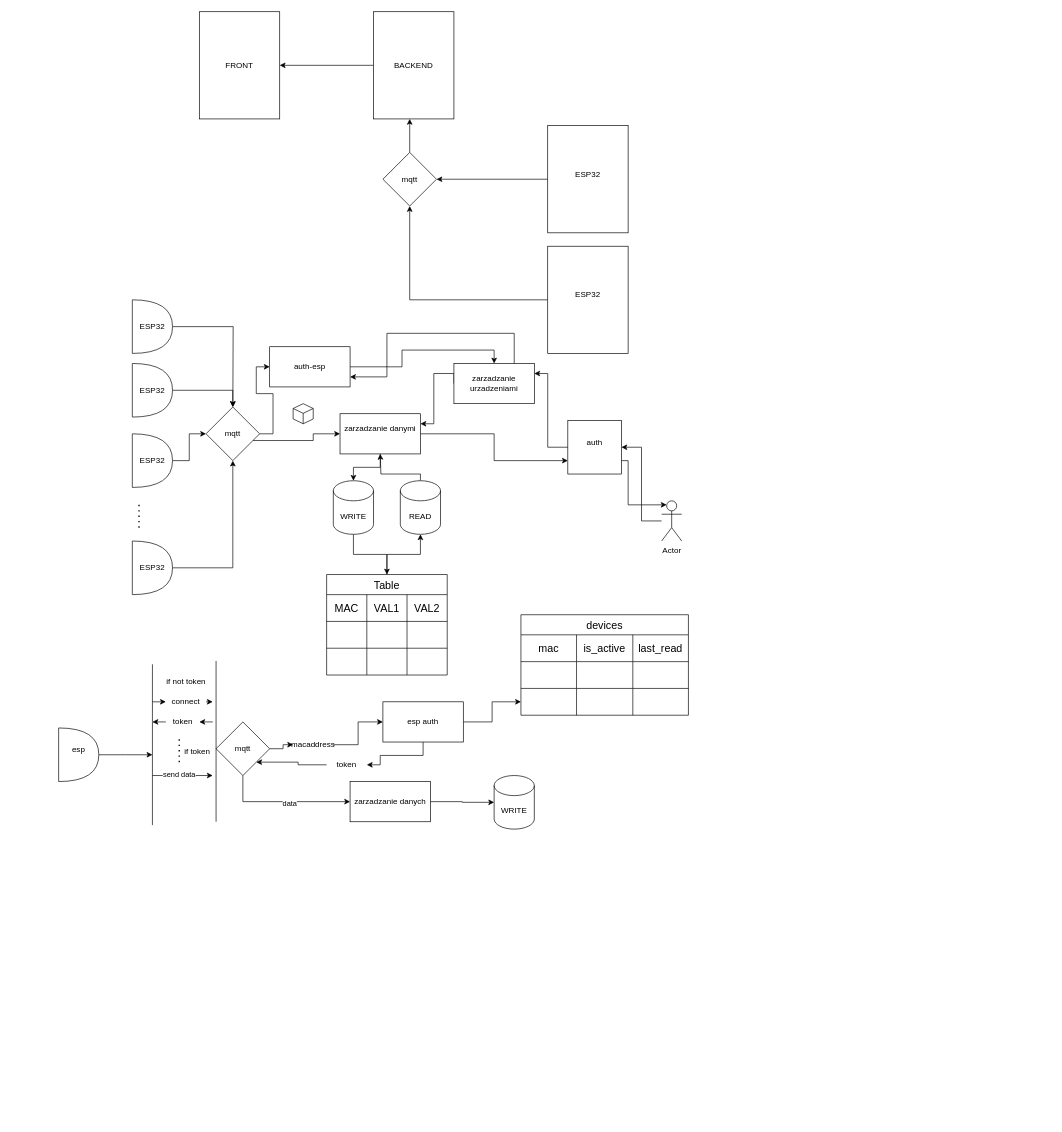
This is diagram.drawio from Plantigo/plantigo-backend, a draw.io file, before an edit. Source tidied: cells renumbered, new cells numbered last; positions are measured from the earlier drawing's top-left corner, leaving out a move shared by most shapes. Both pictures are drawn from the tidied source at 67%, with x=0, y=0 at pixel (58, 11).
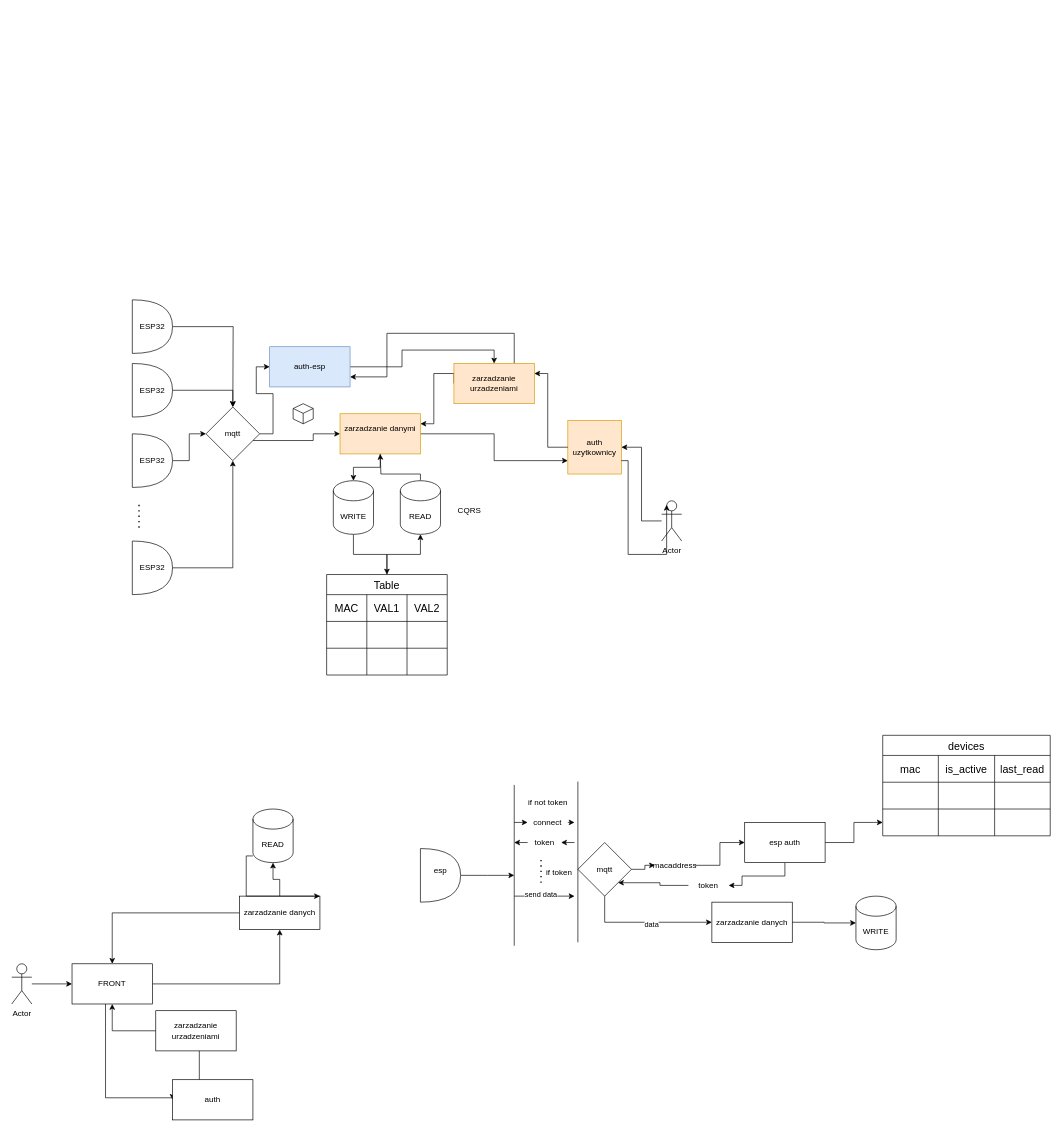
Above is the later version.

Unchanged cells that the change refers to:
```xml
<mxCell id="33" value="Actor" style="shape=umlActor;verticalLabelPosition=bottom;verticalAlign=top;html=1;outlineConnect=0;" parent="1" vertex="1">
  <mxGeometry x="900" y="730" width="30" height="60" as="geometry" />
</mxCell>
```

Change to the diagram source:
```diff
@@
-    <mxCell id="2" value="FRONT" style="rounded=0;whiteSpace=wrap;html=1;" parent="1" vertex="1">
-      <mxGeometry x="210" width="120" height="160" as="geometry" />
-    </mxCell>
-    <mxCell id="3" style="edgeStyle=orthogonalEdgeStyle;rounded=0;jettySize=auto;html=1;entryX=1;entryY=0.5;entryDx=0;entryDy=0;" parent="1" edge="1" source="4" target="2">
-      <mxGeometry relative="1" as="geometry" />
+    <mxCell id="3" style="edgeStyle=orthogonalEdgeStyle;rounded=0;orthogonalLoop=1;jettySize=auto;html=1;entryX=1;entryY=0.5;entryDx=0;entryDy=0;" parent="1" edge="1">
+      <mxGeometry relative="1" as="geometry">
+        <mxPoint x="870" y="260" as="targetPoint" />
+      </mxGeometry>
     </mxCell>
-    <mxCell id="4" value="BACKEND" style="rounded=0;whiteSpace=wrap;html=1;" parent="1" vertex="1">
-      <mxGeometry x="470" width="120" height="160" as="geometry" />
-    </mxCell>
-    <mxCell id="5" style="edgeStyle=orthogonalEdgeStyle;rounded=0;jettySize=auto;html=1;entryX=1;entryY=0.5;entryDx=0;entryDy=0;" parent="1" edge="1" source="6" target="9">
-      <mxGeometry relative="1" as="geometry" />
-    </mxCell>
-    <mxCell id="6" value="ESP32&lt;div&gt;&lt;br&gt;&lt;/div&gt;" style="rounded=0;whiteSpace=wrap;html=1;" parent="1" vertex="1">
-      <mxGeometry x="730" y="170" width="120" height="160" as="geometry" />
-    </mxCell>
-    <mxCell id="7" style="edgeStyle=orthogonalEdgeStyle;rounded=0;jettySize=auto;html=1;entryX=0.5;entryY=1;entryDx=0;entryDy=0;" parent="1" edge="1" source="8" target="9">
-      <mxGeometry relative="1" as="geometry" />
-    </mxCell>
-    <mxCell id="8" value="ESP32&lt;div&gt;&lt;br&gt;&lt;/div&gt;" style="rounded=0;whiteSpace=wrap;html=1;" parent="1" vertex="1">
-      <mxGeometry x="730" y="350" width="120" height="160" as="geometry" />
-    </mxCell>
-    <mxCell id="9" value="mqtt" style="rhombus;whiteSpace=wrap;html=1;" parent="1" vertex="1">
-      <mxGeometry x="484" y="210" width="80" height="80" as="geometry" />
-    </mxCell>
-    <mxCell id="10" style="edgeStyle=orthogonalEdgeStyle;rounded=0;jettySize=auto;html=1;entryX=0.45;entryY=1;entryDx=0;entryDy=0;entryPerimeter=0;" parent="1" edge="1" source="9" target="4">
-      <mxGeometry relative="1" as="geometry" />
-    </mxCell>
@@
-    <mxCell id="12" value="zarzadzanie danymi&lt;div&gt;&lt;br&gt;&lt;/div&gt;" style="rounded=0;whiteSpace=wrap;html=1;" parent="1" vertex="1">
+    <mxCell id="12" value="zarzadzanie danymi&lt;div&gt;&lt;br&gt;&lt;/div&gt;" style="rounded=0;whiteSpace=wrap;html=1;fillColor=#ffe6cc;strokeColor=#d79b00;" parent="1" vertex="1">
       <mxGeometry x="420" y="600" width="120" height="60" as="geometry" />
     </mxCell>
@@
-    <mxCell id="31" value="auth&lt;div&gt;&lt;br&gt;&lt;/div&gt;" style="whiteSpace=wrap;html=1;" parent="1" vertex="1">
+    <mxCell id="31" value="&lt;div&gt;auth&lt;br&gt;uzytkownicy&lt;/div&gt;" style="whiteSpace=wrap;html=1;fillColor=#ffe6cc;strokeColor=#d79b00;" parent="1" vertex="1">
       <mxGeometry x="760" y="610" width="80" height="80" as="geometry" />
     </mxCell>
@@
     <mxCell id="34" style="edgeStyle=orthogonalEdgeStyle;rounded=0;jettySize=auto;html=1;exitX=1;exitY=0.75;exitDx=0;exitDy=0;entryX=0.25;entryY=0.1;entryDx=0;entryDy=0;entryPerimeter=0;" parent="1" edge="1" source="31" target="33">
       <mxGeometry relative="1" as="geometry">
         <Array as="points">
           <mxPoint x="850" y="670" />
-          <mxPoint x="850" y="736" />
+          <mxPoint x="850" y="810" />
+          <mxPoint x="908" y="810" />
         </Array>
       </mxGeometry>
     </mxCell>
@@
-    <mxCell id="52" value="&lt;div&gt;zarzadzanie urzadzeniami&lt;/div&gt;" style="rounded=0;whiteSpace=wrap;html=1;" parent="1" vertex="1">
+    <mxCell id="52" value="&lt;div&gt;zarzadzanie urzadzeniami&lt;/div&gt;" style="rounded=0;whiteSpace=wrap;html=1;fillColor=#ffe6cc;strokeColor=#d79b00;" parent="1" vertex="1">
       <mxGeometry x="590" y="525" width="120" height="60" as="geometry" />
     </mxCell>
@@
-    <mxCell id="54" value="auth-esp" style="rounded=0;whiteSpace=wrap;html=1;" parent="1" vertex="1">
+    <mxCell id="54" value="auth-esp" style="rounded=0;whiteSpace=wrap;html=1;fillColor=#dae8fc;strokeColor=#6c8ebf;" parent="1" vertex="1">
       <mxGeometry x="315" y="500" width="120" height="60" as="geometry" />
     </mxCell>
     <mxCell id="55" style="edgeStyle=orthogonalEdgeStyle;rounded=0;jettySize=auto;html=1;" parent="1" edge="1" source="56">
       <mxGeometry relative="1" as="geometry">
-        <mxPoint x="140" y="1109" as="targetPoint" />
+        <mxPoint x="680" y="1289" as="targetPoint" />
       </mxGeometry>
     </mxCell>
     <mxCell id="56" value="esp&lt;div&gt;&lt;br&gt;&lt;/div&gt;" style="shape=or;whiteSpace=wrap;html=1;" parent="1" vertex="1">
-      <mxGeometry y="1069" width="60" height="80" as="geometry" />
+      <mxGeometry x="540" y="1249" width="60" height="80" as="geometry" />
     </mxCell>
@@
     <mxCell id="58" style="edgeStyle=orthogonalEdgeStyle;rounded=0;jettySize=auto;html=1;entryX=0;entryY=0.5;entryDx=0;entryDy=0;" parent="1" edge="1" source="60" target="65">
       <mxGeometry relative="1" as="geometry">
         <Array as="points">
-          <mxPoint x="275" y="1179" />
+          <mxPoint x="815" y="1359" />
         </Array>
       </mxGeometry>
     </mxCell>
@@
     <mxCell id="60" value="mqtt" style="rhombus;whiteSpace=wrap;html=1;" parent="1" vertex="1">
-      <mxGeometry x="235" y="1060" width="80" height="80" as="geometry" />
+      <mxGeometry x="775" y="1240" width="80" height="80" as="geometry" />
     </mxCell>
@@
     <mxCell id="62" style="edgeStyle=orthogonalEdgeStyle;rounded=0;jettySize=auto;html=1;entryX=1;entryY=0.5;entryDx=0;entryDy=0;" parent="1" edge="1" source="64" target="68">
       <mxGeometry relative="1" as="geometry">
         <Array as="points">
-          <mxPoint x="544" y="1110" />
-          <mxPoint x="480" y="1110" />
-          <mxPoint x="480" y="1124" />
+          <mxPoint x="1084" y="1290" />
+          <mxPoint x="1020" y="1290" />
+          <mxPoint x="1020" y="1304" />
         </Array>
       </mxGeometry>
     </mxCell>
@@
     <mxCell id="64" value="esp auth" style="rounded=0;whiteSpace=wrap;html=1;" parent="1" vertex="1">
-      <mxGeometry x="484" y="1030" width="120" height="60" as="geometry" />
+      <mxGeometry x="1024" y="1210" width="120" height="60" as="geometry" />
     </mxCell>
     <mxCell id="65" value="zarzadzanie danych" style="rounded=0;whiteSpace=wrap;html=1;" parent="1" vertex="1">
-      <mxGeometry x="435" y="1149" width="120" height="60" as="geometry" />
+      <mxGeometry x="975" y="1329" width="120" height="60" as="geometry" />
     </mxCell>
     <mxCell id="66" value="WRITE" style="shape=cylinder3;whiteSpace=wrap;html=1;boundedLbl=1;backgroundOutline=1;size=15;" parent="1" vertex="1">
-      <mxGeometry x="650" y="1140" width="60" height="80" as="geometry" />
+      <mxGeometry x="1190" y="1320" width="60" height="80" as="geometry" />
     </mxCell>
@@
     <mxCell id="68" value="token" style="text;html=1;align=center;verticalAlign=middle;whiteSpace=wrap;rounded=0;" parent="1" vertex="1">
-      <mxGeometry x="400" y="1109" width="60" height="30" as="geometry" />
+      <mxGeometry x="940" y="1289" width="60" height="30" as="geometry" />
     </mxCell>
@@
     <mxCell id="70" value="macaddress" style="text;html=1;align=center;verticalAlign=middle;whiteSpace=wrap;rounded=0;" parent="1" vertex="1">
-      <mxGeometry x="350" y="1079" width="60" height="30" as="geometry" />
+      <mxGeometry x="890" y="1259" width="60" height="30" as="geometry" />
     </mxCell>
     <mxCell id="71" style="endArrow=none;html=1;rounded=0;" parent="1" edge="1">
       <mxGeometry relative="1" as="geometry">
-        <mxPoint x="235" y="1209" as="sourcePoint" />
-        <mxPoint x="235" y="969" as="targetPoint" />
+        <mxPoint x="775" y="1389" as="sourcePoint" />
+        <mxPoint x="775" y="1149" as="targetPoint" />
       </mxGeometry>
     </mxCell>
     <mxCell id="72" style="endArrow=none;html=1;rounded=0;" parent="1" edge="1">
       <mxGeometry relative="1" as="geometry">
-        <mxPoint x="140" y="1214" as="sourcePoint" />
-        <mxPoint x="140" y="974" as="targetPoint" />
+        <mxPoint x="680" y="1394" as="sourcePoint" />
+        <mxPoint x="680" y="1154" as="targetPoint" />
       </mxGeometry>
     </mxCell>
     <mxCell id="73" style="endArrow=classic;html=1;rounded=0;" parent="1" edge="1" source="78">
       <mxGeometry relative="1" as="geometry">
-        <mxPoint x="230" y="1030" as="targetPoint" />
+        <mxPoint x="770" y="1210" as="targetPoint" />
       </mxGeometry>
     </mxCell>
     <mxCell id="74" style="endArrow=classic;html=1;rounded=0;" parent="1" edge="1" source="76">
       <mxGeometry relative="1" as="geometry">
-        <mxPoint x="140" y="1060" as="targetPoint" />
+        <mxPoint x="680" y="1240" as="targetPoint" />
       </mxGeometry>
     </mxCell>
     <mxCell id="75" style="endArrow=classic;html=1;rounded=0;" parent="1" edge="1" target="76">
       <mxGeometry relative="1" as="geometry">
-        <mxPoint x="230" y="1060" as="sourcePoint" />
+        <mxPoint x="770" y="1240" as="sourcePoint" />
       </mxGeometry>
     </mxCell>
     <mxCell id="76" value="token" style="text;html=1;align=center;verticalAlign=middle;points=[];strokeColor=none;fillColor=none;" parent="1" vertex="1">
-      <mxGeometry x="160" y="1045" width="50" height="30" as="geometry" />
+      <mxGeometry x="700" y="1225" width="50" height="30" as="geometry" />
     </mxCell>
     <mxCell id="77" style="endArrow=classic;html=1;rounded=0;" parent="1" edge="1" target="78">
       <mxGeometry relative="1" as="geometry">
-        <mxPoint x="140" y="1030" as="sourcePoint" />
+        <mxPoint x="680" y="1210" as="sourcePoint" />
       </mxGeometry>
     </mxCell>
     <mxCell id="78" value="connect" style="text;html=1;align=center;verticalAlign=middle;whiteSpace=wrap;rounded=0;" parent="1" vertex="1">
-      <mxGeometry x="160" y="1015" width="60" height="30" as="geometry" />
+      <mxGeometry x="700" y="1195" width="60" height="30" as="geometry" />
     </mxCell>
     <mxCell id="79" style="endArrow=classic;html=1;rounded=0;" parent="1" edge="1">
       <mxGeometry relative="1" as="geometry">
-        <mxPoint x="140" y="1140" as="sourcePoint" />
-        <mxPoint x="230" y="1140" as="targetPoint" />
+        <mxPoint x="680" y="1320" as="sourcePoint" />
+        <mxPoint x="770" y="1320" as="targetPoint" />
       </mxGeometry>
     </mxCell>
@@
     <mxCell id="81" style="endArrow=none;dashed=1;html=1;dashPattern=1 3;strokeWidth=2;rounded=0;" parent="1" edge="1">
       <mxGeometry relative="1" as="geometry">
-        <mxPoint x="180" y="1120" as="sourcePoint" />
-        <mxPoint x="180" y="1080" as="targetPoint" />
+        <mxPoint x="720" y="1300" as="sourcePoint" />
+        <mxPoint x="720" y="1260" as="targetPoint" />
       </mxGeometry>
     </mxCell>
     <mxCell id="82" value="if not token" style="text;html=1;align=center;verticalAlign=middle;strokeColor=none;fillColor=none;" parent="1" vertex="1">
-      <mxGeometry x="150" y="985" width="80" height="30" as="geometry" />
+      <mxGeometry x="690" y="1165" width="80" height="30" as="geometry" />
     </mxCell>
     <mxCell id="83" value="&amp;nbsp;if token" style="text;html=1;align=center;verticalAlign=middle;strokeColor=none;fillColor=none;" parent="1" vertex="1">
-      <mxGeometry x="170" y="1090" width="70" height="30" as="geometry" />
+      <mxGeometry x="710" y="1270" width="70" height="30" as="geometry" />
     </mxCell>
     <mxCell id="84" value="devices" style="shape=table;startSize=30;childLayout=tableLayout;strokeColor=default;fontSize=16;" parent="1" vertex="1">
-      <mxGeometry x="690" y="900" width="250" height="150" as="geometry" />
+      <mxGeometry x="1230" y="1080" width="250" height="150" as="geometry" />
     </mxCell>
@@
+    <mxCell id="97" value="CQRS" style="text;strokeColor=none;fillColor=none;align=left;verticalAlign=middle;spacingLeft=4;spacingRight=4;overflow=hidden;whiteSpace=wrap;html=1;" parent="1" vertex="1">
+      <mxGeometry x="590" y="730" width="80" height="30" as="geometry" />
+    </mxCell>
+    <mxCell id="98" style="edgeStyle=orthogonalEdgeStyle;rounded=0;jettySize=auto;html=1;entryX=0;entryY=0.5;entryDx=0;entryDy=0;" parent="1" edge="1" source="99" target="2">
+      <mxGeometry relative="1" as="geometry" />
+    </mxCell>
+    <mxCell id="99" value="Actor" style="shape=umlActor;verticalLabelPosition=bottom;verticalAlign=top;html=1;outlineConnect=0;" parent="1" vertex="1">
+      <mxGeometry x="-70" y="1421" width="30" height="60" as="geometry" />
+    </mxCell>
+    <mxCell id="100" style="edgeStyle=orthogonalEdgeStyle;rounded=0;jettySize=auto;html=1;entryX=0;entryY=0.5;entryDx=0;entryDy=0;" parent="1" edge="1" source="2" target="108">
+      <mxGeometry relative="1" as="geometry">
+        <Array as="points">
+          <mxPoint x="70" y="1621" />
+          <mxPoint x="170" y="1621" />
+        </Array>
+      </mxGeometry>
+    </mxCell>
+    <mxCell id="101" style="edgeStyle=orthogonalEdgeStyle;rounded=0;jettySize=auto;html=1;entryX=0.5;entryY=1;entryDx=0;entryDy=0;" parent="1" edge="1" source="2" target="104">
+      <mxGeometry relative="1" as="geometry" />
+    </mxCell>
+    <mxCell id="2" value="&lt;div&gt;FRONT&lt;/div&gt;" style="rounded=0;whiteSpace=wrap;html=1;" parent="1" vertex="1">
+      <mxGeometry x="20" y="1421" width="120" height="60" as="geometry" />
+    </mxCell>
+    <mxCell id="102" style="edgeStyle=orthogonalEdgeStyle;rounded=0;jettySize=auto;html=1;" parent="1" edge="1" source="104" target="106">
+      <mxGeometry relative="1" as="geometry" />
+    </mxCell>
+    <mxCell id="103" style="edgeStyle=orthogonalEdgeStyle;rounded=0;jettySize=auto;html=1;entryX=0.5;entryY=0;entryDx=0;entryDy=0;" parent="1" edge="1" source="104" target="2">
+      <mxGeometry relative="1" as="geometry" />
+    </mxCell>
+    <mxCell id="104" value="zarzadzanie danych" style="rounded=0;whiteSpace=wrap;html=1;" parent="1" vertex="1">
+      <mxGeometry x="270" y="1320" width="120" height="50" as="geometry" />
+    </mxCell>
+    <mxCell id="105" style="edgeStyle=orthogonalEdgeStyle;rounded=0;jettySize=auto;html=1;entryX=1;entryY=0;entryDx=0;entryDy=0;" parent="1" edge="1" source="106" target="104">
+      <mxGeometry relative="1" as="geometry">
+        <Array as="points">
+          <mxPoint x="280" y="1260" />
+          <mxPoint x="280" y="1320" />
+        </Array>
+      </mxGeometry>
+    </mxCell>
+    <mxCell id="106" value="READ" style="shape=cylinder3;whiteSpace=wrap;html=1;boundedLbl=1;backgroundOutline=1;size=15;" parent="1" vertex="1">
+      <mxGeometry x="290" y="1190" width="60" height="80" as="geometry" />
+    </mxCell>
+    <mxCell id="107" style="edgeStyle=orthogonalEdgeStyle;rounded=0;jettySize=auto;html=1;entryX=0.5;entryY=1;entryDx=0;entryDy=0;" parent="1" edge="1" source="108" target="2">
+      <mxGeometry relative="1" as="geometry">
+        <Array as="points">
+          <mxPoint x="210" y="1521" />
+          <mxPoint x="80" y="1521" />
+        </Array>
+      </mxGeometry>
+    </mxCell>
+    <mxCell id="108" value="auth" style="rounded=0;whiteSpace=wrap;html=1;" parent="1" vertex="1">
+      <mxGeometry x="170" y="1594" width="120" height="60" as="geometry" />
+    </mxCell>
+    <mxCell id="109" value="&lt;div&gt;zarzadzanie urzadzeniami&lt;/div&gt;" style="rounded=0;whiteSpace=wrap;html=1;" parent="1" vertex="1">
+      <mxGeometry x="145" y="1491" width="120" height="60" as="geometry" />
+    </mxCell>
```
